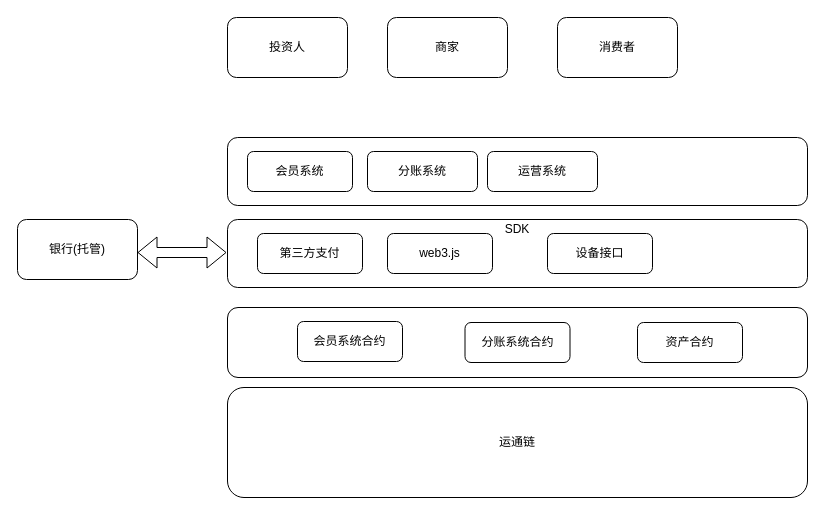
The draw.io diagram 投资分账系统.drawio in jxu86/project-uml, before the edit. Source tidied: cells renumbered, new cells numbered last; positions are measured from the earlier drawing's top-left corner, leaving out a move shared by most shapes. Both pictures are drawn from the tidied source at 100%, with x=0, y=0 at pixel (17, 17).
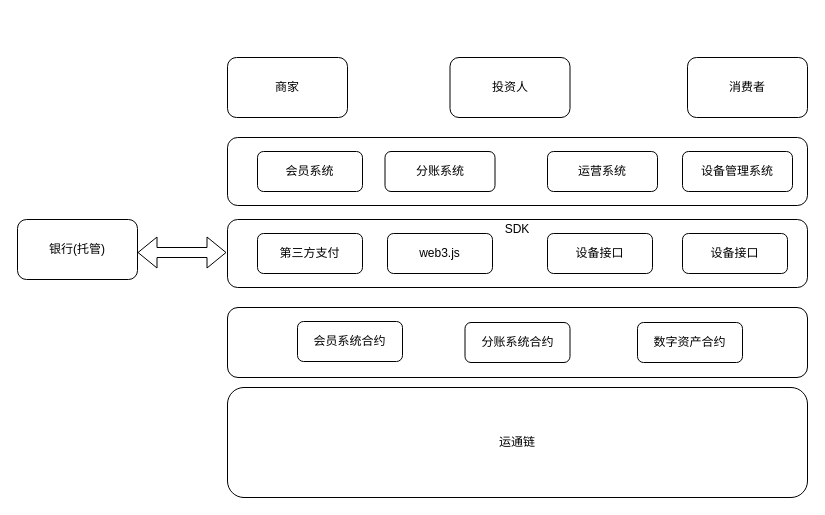
The same diagram, later.

Commit message:
Update 投资分账系统.drawio

The edit, as a diff of the source:
```diff
@@
     <mxCell id="4" value="投资人" style="rounded=1;whiteSpace=wrap;html=1;" parent="1" vertex="1">
-      <mxGeometry x="210" width="120" height="60" as="geometry" />
+      <mxGeometry x="432.5" y="40" width="120" height="60" as="geometry" />
     </mxCell>
     <mxCell id="5" value="商家" style="rounded=1;whiteSpace=wrap;html=1;" parent="1" vertex="1">
-      <mxGeometry x="370" width="120" height="60" as="geometry" />
+      <mxGeometry x="210" y="40" width="120" height="60" as="geometry" />
     </mxCell>
     <mxCell id="6" value="会员系统" style="rounded=1;whiteSpace=wrap;html=1;" parent="1" vertex="1">
-      <mxGeometry x="230" y="134" width="105" height="40" as="geometry" />
+      <mxGeometry x="240" y="134" width="105" height="40" as="geometry" />
     </mxCell>
     <mxCell id="7" value="消费者" style="rounded=1;whiteSpace=wrap;html=1;" parent="1" vertex="1">
-      <mxGeometry x="540" width="120" height="60" as="geometry" />
+      <mxGeometry x="670" y="40" width="120" height="60" as="geometry" />
     </mxCell>
     <mxCell id="8" value="分账系统" style="rounded=1;whiteSpace=wrap;html=1;" parent="1" vertex="1">
-      <mxGeometry x="350" y="134" width="110" height="40" as="geometry" />
+      <mxGeometry x="367.5" y="134" width="110" height="40" as="geometry" />
     </mxCell>
@@
-    <mxCell id="14" value="资产合约" style="rounded=1;whiteSpace=wrap;html=1;" parent="1" vertex="1">
+    <mxCell id="14" value="数字资产合约" style="rounded=1;whiteSpace=wrap;html=1;" parent="1" vertex="1">
       <mxGeometry x="620" y="305" width="105" height="40" as="geometry" />
     </mxCell>
@@
     <mxCell id="19" value="运营系统" style="rounded=1;whiteSpace=wrap;html=1;" parent="1" vertex="1">
-      <mxGeometry x="470" y="134" width="110" height="40" as="geometry" />
+      <mxGeometry x="530" y="134" width="110" height="40" as="geometry" />
     </mxCell>
@@
+    <mxCell id="22" value="设备管理系统" style="rounded=1;whiteSpace=wrap;html=1;" parent="1" vertex="1">
+      <mxGeometry x="665" y="134" width="110" height="40" as="geometry" />
+    </mxCell>
+    <mxCell id="23" value="设备接口" style="rounded=1;whiteSpace=wrap;html=1;" parent="1" vertex="1">
+      <mxGeometry x="665" y="216" width="105" height="40" as="geometry" />
+    </mxCell>
```
